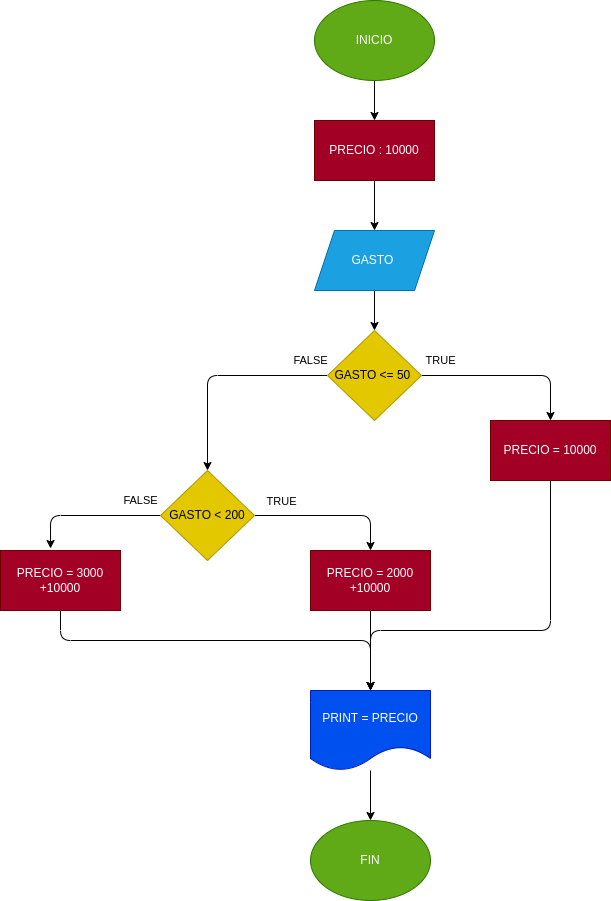
Above: Gasto_Agua_N.5/diagrama.png in SebasF10/Trabajo_Estructura_Condicionales (draw.io), before the change. Source tidied: cells renumbered, new cells last; positions are measured from the earlier drawing's top-left corner, leaving out a move shared by most shapes.
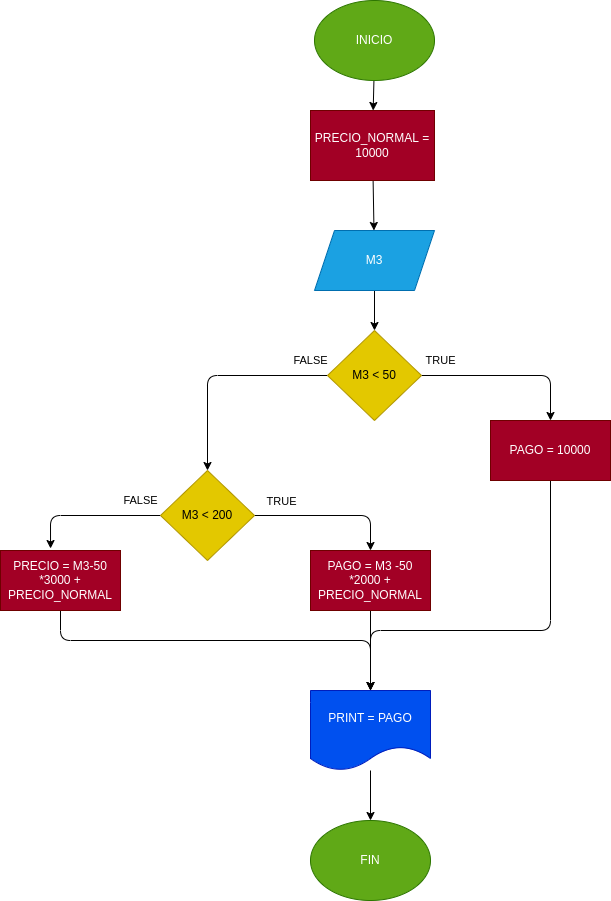
Above is the later version.

Diff of the diagram source:
```diff
@@ -11,13 +11,13 @@
     <mxCell id="4" style="edgeStyle=none;html=1;" parent="1" edge="1" source="5" target="7">
       <mxGeometry relative="1" as="geometry" />
     </mxCell>
-    <mxCell id="5" value="PRECIO : 10000" style="rounded=0;whiteSpace=wrap;html=1;fillColor=#a20025;fontColor=#ffffff;strokeColor=#6F0000;" parent="1" vertex="1">
-      <mxGeometry x="314" y="120" width="120" height="60" as="geometry" />
+    <mxCell id="5" value="PRECIO_NORMAL = 10000" style="rounded=0;whiteSpace=wrap;html=1;fillColor=#a20025;fontColor=#ffffff;strokeColor=#6F0000;" parent="1" vertex="1">
+      <mxGeometry x="310" y="110" width="124" height="70" as="geometry" />
     </mxCell>
     <mxCell id="6" style="edgeStyle=none;html=1;" parent="1" edge="1" source="7" target="10">
       <mxGeometry relative="1" as="geometry" />
     </mxCell>
-    <mxCell id="7" value="GASTO&amp;nbsp;" style="shape=parallelogram;perimeter=parallelogramPerimeter;whiteSpace=wrap;html=1;fixedSize=1;fillColor=#1ba1e2;fontColor=#ffffff;strokeColor=#006EAF;" parent="1" vertex="1">
+    <mxCell id="7" value="M3" style="shape=parallelogram;perimeter=parallelogramPerimeter;whiteSpace=wrap;html=1;fixedSize=1;fillColor=#1ba1e2;fontColor=#ffffff;strokeColor=#006EAF;" parent="1" vertex="1">
       <mxGeometry x="314" y="230" width="120" height="60" as="geometry" />
     </mxCell>
     <mxCell id="8" value="FALSE" style="edgeStyle=none;html=1;entryX=0.5;entryY=0;entryDx=0;entryDy=0;" parent="1" edge="1" source="10" target="14">
@@ -35,7 +35,7 @@
         </Array>
       </mxGeometry>
     </mxCell>
-    <mxCell id="10" value="GASTO &amp;lt;= 50&amp;nbsp;" style="rhombus;whiteSpace=wrap;html=1;fillColor=#e3c800;fontColor=#000000;strokeColor=#B09500;" parent="1" vertex="1">
+    <mxCell id="10" value="M3 &amp;lt; 50" style="rhombus;whiteSpace=wrap;html=1;fillColor=#e3c800;fontColor=#000000;strokeColor=#B09500;" parent="1" vertex="1">
       <mxGeometry x="327" y="330" width="94" height="90" as="geometry" />
     </mxCell>
     <mxCell id="11" style="edgeStyle=none;html=1;entryX=0.5;entryY=0;entryDx=0;entryDy=0;" parent="1" edge="1" source="14">
@@ -58,7 +58,7 @@
         </Array>
       </mxGeometry>
     </mxCell>
-    <mxCell id="14" value="GASTO &amp;lt; 200" style="rhombus;whiteSpace=wrap;html=1;fillColor=#e3c800;fontColor=#000000;strokeColor=#B09500;" parent="1" vertex="1">
+    <mxCell id="14" value="M3 &amp;lt; 200" style="rhombus;whiteSpace=wrap;html=1;fillColor=#e3c800;fontColor=#000000;strokeColor=#B09500;" parent="1" vertex="1">
       <mxGeometry x="160" y="470" width="94" height="90" as="geometry" />
     </mxCell>
     <mxCell id="15" style="edgeStyle=none;html=1;entryX=0.5;entryY=0;entryDx=0;entryDy=0;" parent="1" edge="1" source="16" target="22">
@@ -69,13 +69,13 @@
         </Array>
       </mxGeometry>
     </mxCell>
-    <mxCell id="16" value="PRECIO = 10000" style="rounded=0;whiteSpace=wrap;html=1;fillColor=#a20025;fontColor=#ffffff;strokeColor=#6F0000;" parent="1" vertex="1">
+    <mxCell id="16" value="PAGO = 10000" style="rounded=0;whiteSpace=wrap;html=1;fillColor=#a20025;fontColor=#ffffff;strokeColor=#6F0000;" parent="1" vertex="1">
       <mxGeometry x="490" y="420" width="120" height="60" as="geometry" />
     </mxCell>
     <mxCell id="17" style="edgeStyle=none;html=1;entryX=0.5;entryY=0;entryDx=0;entryDy=0;" parent="1" edge="1" source="18" target="22">
       <mxGeometry relative="1" as="geometry" />
     </mxCell>
-    <mxCell id="18" value="PRECIO = 2000 +10000" style="rounded=0;whiteSpace=wrap;html=1;fillColor=#a20025;fontColor=#ffffff;strokeColor=#6F0000;" parent="1" vertex="1">
+    <mxCell id="18" value="PAGO = M3 -50 *2000 + PRECIO_NORMAL" style="rounded=0;whiteSpace=wrap;html=1;fillColor=#a20025;fontColor=#ffffff;strokeColor=#6F0000;" parent="1" vertex="1">
       <mxGeometry x="310" y="550" width="120" height="60" as="geometry" />
     </mxCell>
     <mxCell id="19" style="edgeStyle=none;html=1;entryX=0.5;entryY=0;entryDx=0;entryDy=0;exitX=0.5;exitY=1;exitDx=0;exitDy=0;" parent="1" edge="1" source="20" target="22">
@@ -86,13 +86,13 @@
         </Array>
       </mxGeometry>
     </mxCell>
-    <mxCell id="20" value="PRECIO = 3000 +10000" style="rounded=0;whiteSpace=wrap;html=1;fillColor=#a20025;fontColor=#ffffff;strokeColor=#6F0000;" parent="1" vertex="1">
+    <mxCell id="20" value="PRECIO = M3-50 *3000 + PRECIO_NORMAL" style="rounded=0;whiteSpace=wrap;html=1;fillColor=#a20025;fontColor=#ffffff;strokeColor=#6F0000;" parent="1" vertex="1">
       <mxGeometry y="550" width="120" height="60" as="geometry" />
     </mxCell>
     <mxCell id="21" style="edgeStyle=none;html=1;entryX=0.5;entryY=0;entryDx=0;entryDy=0;" parent="1" edge="1" source="22" target="23">
       <mxGeometry relative="1" as="geometry" />
     </mxCell>
-    <mxCell id="22" value="PRINT = PRECIO" style="shape=document;whiteSpace=wrap;html=1;boundedLbl=1;fillColor=#0050ef;fontColor=#ffffff;strokeColor=#001DBC;" parent="1" vertex="1">
+    <mxCell id="22" value="PRINT = PAGO" style="shape=document;whiteSpace=wrap;html=1;boundedLbl=1;fillColor=#0050ef;fontColor=#ffffff;strokeColor=#001DBC;" parent="1" vertex="1">
       <mxGeometry x="310" y="690" width="120" height="80" as="geometry" />
     </mxCell>
     <mxCell id="23" value="FIN" style="ellipse;whiteSpace=wrap;html=1;fillColor=#60a917;fontColor=#ffffff;strokeColor=#2D7600;" parent="1" vertex="1">
```
